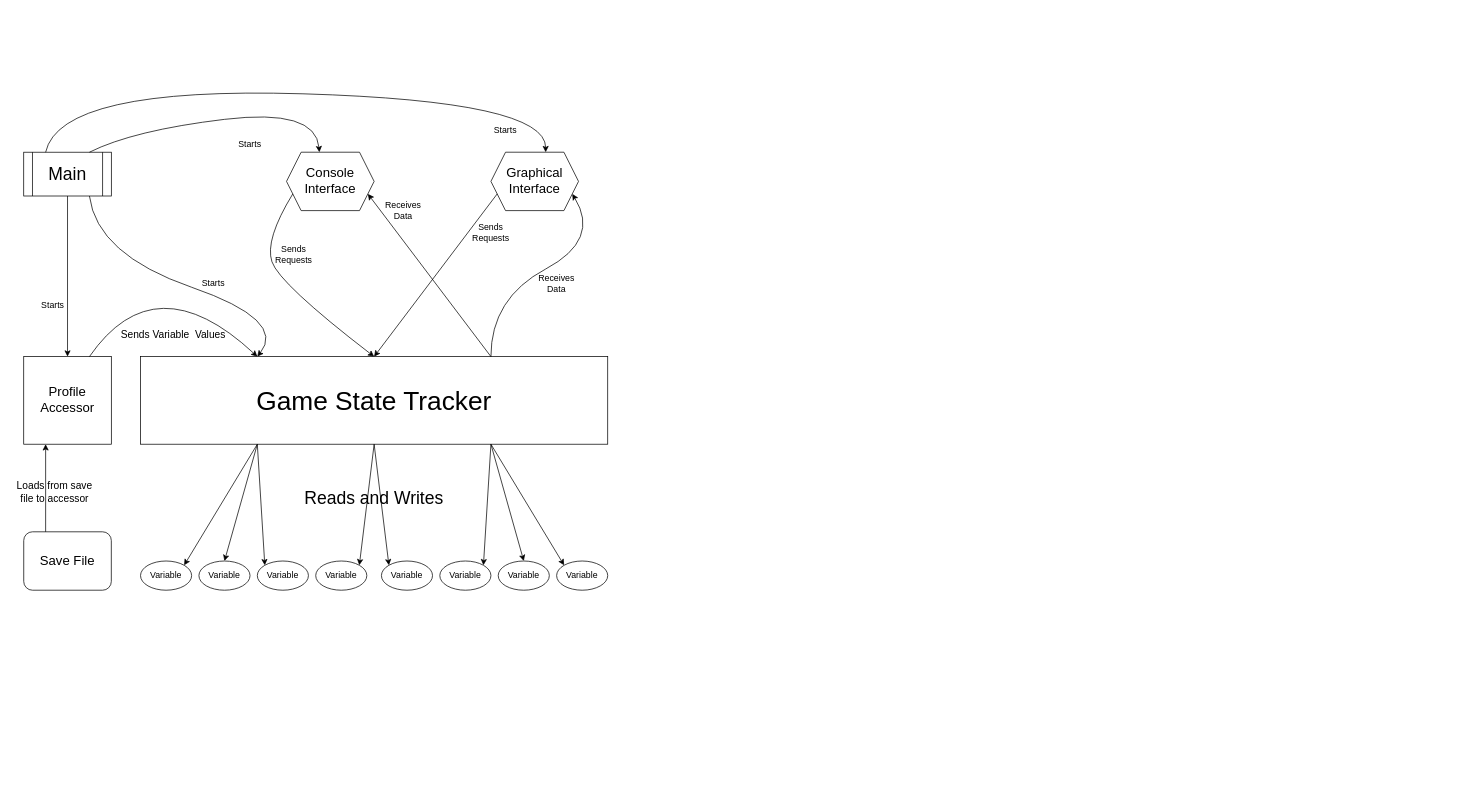
Above: design.drawio in TheCanterlonian/petsim (draw.io), before the change. Source tidied: cells renumbered, new cells numbered last; positions are measured from the earlier drawing's top-left corner, leaving out a move shared by most shapes. Both pictures are drawn from the tidied source at 73%, with x=0, y=0 at pixel (12, 86).
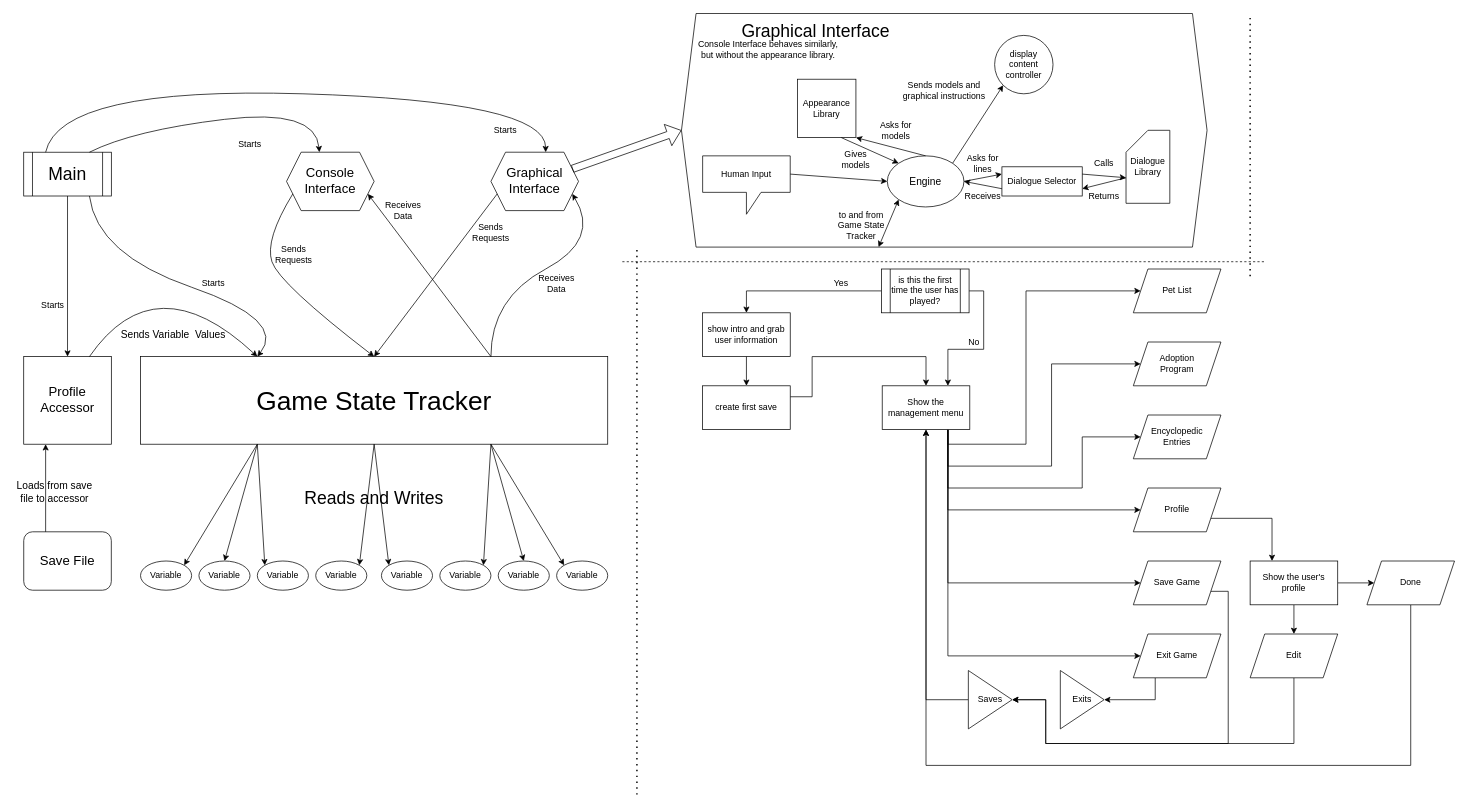
After the change.

Commit message (it also covers changes not shown here):
manager menu work started

The change refers to these unchanged cells:
```xml
<mxCell id="27" value="&lt;font style=&quot;font-size: 18px&quot;&gt;Graphical Interface&lt;/font&gt;" style="shape=hexagon;perimeter=hexagonPerimeter2;whiteSpace=wrap;html=1;fixedSize=1;" parent="1" vertex="1">
  <mxGeometry x="655" y="90" width="120" height="80" as="geometry" />
</mxCell>
```

What changed in the source:
```diff
@@
+    <mxCell id="45" style="shape=hexagon;perimeter=hexagonPerimeter2;whiteSpace=wrap;html=1;fixedSize=1;" parent="1" vertex="1">
+      <mxGeometry x="916" y="-100" width="720" height="320" as="geometry" />
+    </mxCell>
+    <mxCell id="46" value="&lt;font style=&quot;font-size: 14px&quot;&gt;Engine&lt;/font&gt;" style="ellipse;whiteSpace=wrap;html=1;" parent="1" vertex="1">
+      <mxGeometry x="1198" y="95" width="105" height="70" as="geometry" />
+    </mxCell>
+    <mxCell id="47" value="Appearance Library" style="whiteSpace=wrap;html=1;" parent="1" vertex="1">
+      <mxGeometry x="1075" y="-10" width="80" height="80" as="geometry" />
+    </mxCell>
+    <mxCell id="48" value="Dialogue Library" style="shape=card;whiteSpace=wrap;html=1;" parent="1" vertex="1">
+      <mxGeometry x="1525" y="60" width="60" height="100" as="geometry" />
+    </mxCell>
+    <mxCell id="49" value="Dialogue Selector" style="rounded=0;whiteSpace=wrap;html=1;" parent="1" vertex="1">
+      <mxGeometry x="1355" y="110" width="110" height="40" as="geometry" />
+    </mxCell>
+    <mxCell id="50" style="endArrow=classic;html=1;exitX=1;exitY=0.25;exitDx=0;exitDy=0;entryX=0;entryY=0;entryDx=0;entryDy=65;entryPerimeter=0;" parent="1" edge="1" source="49" target="48">
+      <mxGeometry relative="1" as="geometry" />
+    </mxCell>
+    <mxCell id="51" value="Calls" style="text;html=1;strokeColor=none;fillColor=none;align=center;verticalAlign=middle;whiteSpace=wrap;rounded=0;" parent="1" vertex="1">
+      <mxGeometry x="1475" y="95" width="40" height="20" as="geometry" />
+    </mxCell>
+    <mxCell id="52" style="endArrow=classic;html=1;entryX=1;entryY=0.75;entryDx=0;entryDy=0;exitX=0;exitY=0;exitDx=0;exitDy=65;exitPerimeter=0;" parent="1" edge="1" source="48" target="49">
+      <mxGeometry relative="1" as="geometry" />
+    </mxCell>
+    <mxCell id="53" value="Returns" style="text;html=1;strokeColor=none;fillColor=none;align=center;verticalAlign=middle;whiteSpace=wrap;rounded=0;" parent="1" vertex="1">
+      <mxGeometry x="1475" y="140" width="40" height="20" as="geometry" />
+    </mxCell>
+    <mxCell id="54" style="endArrow=classic;html=1;entryX=0;entryY=0.25;entryDx=0;entryDy=0;exitX=1;exitY=0.5;exitDx=0;exitDy=0;" parent="1" edge="1" source="46" target="49">
+      <mxGeometry relative="1" as="geometry" />
+    </mxCell>
+    <mxCell id="55" value="Asks for lines" style="text;html=1;strokeColor=none;fillColor=none;align=center;verticalAlign=middle;whiteSpace=wrap;rounded=0;" parent="1" vertex="1">
+      <mxGeometry x="1303" y="95" width="52" height="20" as="geometry" />
+    </mxCell>
+    <mxCell id="56" style="endArrow=classic;html=1;entryX=1;entryY=0.5;entryDx=0;entryDy=0;exitX=0;exitY=0.75;exitDx=0;exitDy=0;" parent="1" edge="1" source="49" target="46">
+      <mxGeometry relative="1" as="geometry" />
+    </mxCell>
+    <mxCell id="57" value="Receives" style="text;html=1;strokeColor=none;fillColor=none;align=center;verticalAlign=middle;whiteSpace=wrap;rounded=0;" parent="1" vertex="1">
+      <mxGeometry x="1309" y="140" width="40" height="20" as="geometry" />
+    </mxCell>
+    <mxCell id="58" style="endArrow=classic;html=1;entryX=1;entryY=1;entryDx=0;entryDy=0;exitX=0.5;exitY=0;exitDx=0;exitDy=0;" parent="1" edge="1" source="46" target="47">
+      <mxGeometry relative="1" as="geometry" />
+    </mxCell>
+    <mxCell id="59" value="Asks for models" style="text;html=1;strokeColor=none;fillColor=none;align=center;verticalAlign=middle;whiteSpace=wrap;rounded=0;" parent="1" vertex="1">
+      <mxGeometry x="1185" y="50" width="50" height="20" as="geometry" />
+    </mxCell>
+    <mxCell id="60" style="endArrow=classic;html=1;exitX=0.75;exitY=1;exitDx=0;exitDy=0;entryX=0;entryY=0;entryDx=0;entryDy=0;" parent="1" edge="1" source="47" target="46">
+      <mxGeometry relative="1" as="geometry" />
+    </mxCell>
+    <mxCell id="61" value="Gives models" style="text;html=1;strokeColor=none;fillColor=none;align=center;verticalAlign=middle;whiteSpace=wrap;rounded=0;" parent="1" vertex="1">
+      <mxGeometry x="1135" y="90" width="40" height="20" as="geometry" />
+    </mxCell>
+    <mxCell id="62" value="display content controller" style="ellipse;whiteSpace=wrap;html=1;" parent="1" vertex="1">
+      <mxGeometry x="1345" y="-70" width="80" height="80" as="geometry" />
+    </mxCell>
+    <mxCell id="63" style="endArrow=classic;html=1;entryX=0;entryY=1;entryDx=0;entryDy=0;exitX=1;exitY=0;exitDx=0;exitDy=0;" parent="1" edge="1" source="46" target="62">
+      <mxGeometry relative="1" as="geometry" />
+    </mxCell>
+    <mxCell id="64" value="Sends models and graphical instructions" style="text;html=1;strokeColor=none;fillColor=none;align=center;verticalAlign=middle;whiteSpace=wrap;rounded=0;" parent="1" vertex="1">
+      <mxGeometry x="1215" y="-10" width="122" height="30" as="geometry" />
+    </mxCell>
+    <mxCell id="65" style="shape=flexArrow;endArrow=classic;html=1;exitX=1;exitY=0.25;exitDx=0;exitDy=0;entryX=0;entryY=0.5;entryDx=0;entryDy=0;" parent="1" edge="1" source="27" target="45">
+      <mxGeometry relative="1" as="geometry" />
+    </mxCell>
+    <mxCell id="66" style="endArrow=classic;startArrow=classic;html=1;entryX=0;entryY=1;entryDx=0;entryDy=0;exitX=0.375;exitY=1;exitDx=0;exitDy=0;" parent="1" edge="1" source="45" target="46">
+      <mxGeometry relative="1" as="geometry" />
+    </mxCell>
+    <mxCell id="67" value="&lt;font style=&quot;font-size: 24px&quot;&gt;Graphical Interface&lt;/font&gt;" style="text;html=1;strokeColor=none;fillColor=none;align=center;verticalAlign=middle;whiteSpace=wrap;rounded=0;" parent="1" vertex="1">
+      <mxGeometry x="935" y="-100" width="330" height="50" as="geometry" />
+    </mxCell>
+    <mxCell id="68" value="to and from Game State Tracker" style="text;html=1;strokeColor=none;fillColor=none;align=center;verticalAlign=middle;whiteSpace=wrap;rounded=0;" parent="1" vertex="1">
+      <mxGeometry x="1115" y="180" width="95" height="20" as="geometry" />
+    </mxCell>
+    <mxCell id="69" value="Console Interface behaves similarly, but without the appearance library." style="text;html=1;strokeColor=none;fillColor=none;align=center;verticalAlign=middle;whiteSpace=wrap;rounded=0;" parent="1" vertex="1">
+      <mxGeometry x="935" y="-60" width="200" height="20" as="geometry" />
+    </mxCell>
+    <mxCell id="70" value="Human Input" style="shape=callout;whiteSpace=wrap;html=1;perimeter=calloutPerimeter;" parent="1" vertex="1">
+      <mxGeometry x="945" y="95" width="120" height="80" as="geometry" />
+    </mxCell>
+    <mxCell id="71" style="endArrow=classic;html=1;exitX=0;exitY=0;exitDx=120;exitDy=25;exitPerimeter=0;entryX=0;entryY=0.5;entryDx=0;entryDy=0;" parent="1" edge="1" source="70" target="46">
+      <mxGeometry relative="1" as="geometry" />
+    </mxCell>
+    <mxCell id="72" style="edgeStyle=orthogonalEdgeStyle;rounded=0;jettySize=auto;html=1;exitX=0;exitY=0.5;exitDx=0;exitDy=0;entryX=0.5;entryY=0;entryDx=0;entryDy=0;" parent="1" edge="1" source="74" target="75">
+      <mxGeometry relative="1" as="geometry" />
+    </mxCell>
+    <mxCell id="73" style="edgeStyle=orthogonalEdgeStyle;rounded=0;jettySize=auto;html=1;exitX=1;exitY=0.5;exitDx=0;exitDy=0;entryX=0.75;entryY=0;entryDx=0;entryDy=0;" parent="1" edge="1" source="74" target="86">
+      <mxGeometry relative="1" as="geometry" />
+    </mxCell>
+    <mxCell id="74" value="is this the first time the user has played?" style="shape=process;whiteSpace=wrap;html=1;backgroundOutline=1;" parent="1" vertex="1">
+      <mxGeometry x="1190" y="250" width="120" height="60" as="geometry" />
+    </mxCell>
+    <mxCell id="75" value="show intro and grab user information" style="rounded=0;whiteSpace=wrap;html=1;" parent="1" vertex="1">
+      <mxGeometry x="945" y="310" width="120" height="60" as="geometry" />
+    </mxCell>
+    <mxCell id="76" value="Yes" style="text;html=1;strokeColor=none;fillColor=none;align=center;verticalAlign=middle;whiteSpace=wrap;rounded=0;" parent="1" vertex="1">
+      <mxGeometry x="1115" y="260" width="40" height="20" as="geometry" />
+    </mxCell>
+    <mxCell id="77" style="edgeStyle=orthogonalEdgeStyle;rounded=0;jettySize=auto;html=1;exitX=1;exitY=0.25;exitDx=0;exitDy=0;entryX=0.5;entryY=0;entryDx=0;entryDy=0;" parent="1" edge="1" source="78" target="86">
+      <mxGeometry relative="1" as="geometry">
+        <Array as="points">
+          <mxPoint x="1095" y="425" />
+          <mxPoint x="1095" y="370" />
+          <mxPoint x="1251" y="370" />
+        </Array>
+      </mxGeometry>
+    </mxCell>
+    <mxCell id="78" value="create first save" style="rounded=0;whiteSpace=wrap;html=1;" parent="1" vertex="1">
+      <mxGeometry x="945" y="410" width="120" height="60" as="geometry" />
+    </mxCell>
+    <mxCell id="79" style="endArrow=classic;html=1;entryX=0.5;entryY=0;entryDx=0;entryDy=0;exitX=0.5;exitY=1;exitDx=0;exitDy=0;" parent="1" edge="1" source="75" target="78">
+      <mxGeometry relative="1" as="geometry" />
+    </mxCell>
+    <mxCell id="80" style="edgeStyle=orthogonalEdgeStyle;rounded=0;jettySize=auto;html=1;exitX=0.75;exitY=1;exitDx=0;exitDy=0;entryX=0;entryY=0.5;entryDx=0;entryDy=0;" parent="1" edge="1" source="86" target="91">
+      <mxGeometry relative="1" as="geometry">
+        <Array as="points">
+          <mxPoint x="1281" y="520" />
+          <mxPoint x="1423" y="520" />
+          <mxPoint x="1423" y="380" />
+        </Array>
+      </mxGeometry>
+    </mxCell>
+    <mxCell id="81" style="edgeStyle=orthogonalEdgeStyle;rounded=0;jettySize=auto;html=1;exitX=0.75;exitY=1;exitDx=0;exitDy=0;entryX=0;entryY=0.5;entryDx=0;entryDy=0;" parent="1" edge="1" source="86" target="90">
+      <mxGeometry relative="1" as="geometry">
+        <Array as="points">
+          <mxPoint x="1281" y="490" />
+          <mxPoint x="1388" y="490" />
+          <mxPoint x="1388" y="280" />
+        </Array>
+      </mxGeometry>
+    </mxCell>
+    <mxCell id="82" style="edgeStyle=orthogonalEdgeStyle;rounded=0;jettySize=auto;html=1;exitX=0.75;exitY=1;exitDx=0;exitDy=0;entryX=0;entryY=0.5;entryDx=0;entryDy=0;" parent="1" edge="1" source="86" target="92">
+      <mxGeometry relative="1" as="geometry">
+        <Array as="points">
+          <mxPoint x="1281" y="550" />
+          <mxPoint x="1465" y="550" />
+          <mxPoint x="1465" y="480" />
+        </Array>
+      </mxGeometry>
+    </mxCell>
+    <mxCell id="83" style="edgeStyle=orthogonalEdgeStyle;rounded=0;jettySize=auto;html=1;exitX=0.75;exitY=1;exitDx=0;exitDy=0;entryX=0;entryY=0.5;entryDx=0;entryDy=0;" parent="1" edge="1" source="86" target="94">
+      <mxGeometry relative="1" as="geometry">
+        <Array as="points">
+          <mxPoint x="1281" y="580" />
+        </Array>
+      </mxGeometry>
+    </mxCell>
+    <mxCell id="84" style="edgeStyle=orthogonalEdgeStyle;rounded=0;jettySize=auto;html=1;exitX=0.75;exitY=1;exitDx=0;exitDy=0;entryX=0;entryY=0.5;entryDx=0;entryDy=0;" parent="1" edge="1" source="86" target="96">
+      <mxGeometry relative="1" as="geometry">
+        <Array as="points">
+          <mxPoint x="1281" y="680" />
+        </Array>
+      </mxGeometry>
+    </mxCell>
+    <mxCell id="85" style="edgeStyle=orthogonalEdgeStyle;rounded=0;jettySize=auto;html=1;exitX=0.75;exitY=1;exitDx=0;exitDy=0;entryX=0;entryY=0.5;entryDx=0;entryDy=0;" parent="1" edge="1" source="86" target="98">
+      <mxGeometry relative="1" as="geometry">
+        <Array as="points">
+          <mxPoint x="1281" y="780" />
+        </Array>
+      </mxGeometry>
+    </mxCell>
+    <mxCell id="86" value="Show the management menu" style="rounded=0;whiteSpace=wrap;html=1;" parent="1" vertex="1">
+      <mxGeometry x="1191" y="410" width="120" height="60" as="geometry" />
+    </mxCell>
+    <mxCell id="87" value="No" style="text;html=1;strokeColor=none;fillColor=none;align=center;verticalAlign=middle;whiteSpace=wrap;rounded=0;" parent="1" vertex="1">
+      <mxGeometry x="1297" y="340" width="40" height="20" as="geometry" />
+    </mxCell>
+    <mxCell id="88" style="endArrow=none;dashed=1;html=1;" parent="1" edge="1">
+      <mxGeometry relative="1" as="geometry">
+        <mxPoint x="835" y="240" as="sourcePoint" />
+        <mxPoint x="1715" y="240" as="targetPoint" />
+      </mxGeometry>
+    </mxCell>
+    <mxCell id="89" style="endArrow=none;dashed=1;html=1;dashPattern=1 3;strokeWidth=2;" parent="1" edge="1">
+      <mxGeometry relative="1" as="geometry">
+        <mxPoint x="855" y="970" as="sourcePoint" />
+        <mxPoint x="855" y="220" as="targetPoint" />
+      </mxGeometry>
+    </mxCell>
+    <mxCell id="90" value="Pet List" style="shape=parallelogram;perimeter=parallelogramPerimeter;whiteSpace=wrap;html=1;fixedSize=1;" parent="1" vertex="1">
+      <mxGeometry x="1535" y="250" width="120" height="60" as="geometry" />
+    </mxCell>
+    <mxCell id="91" value="Adoption&lt;br&gt;Program" style="shape=parallelogram;perimeter=parallelogramPerimeter;whiteSpace=wrap;html=1;fixedSize=1;" parent="1" vertex="1">
+      <mxGeometry x="1535" y="350" width="120" height="60" as="geometry" />
+    </mxCell>
+    <mxCell id="92" value="Encyclopedic&lt;br&gt;Entries" style="shape=parallelogram;perimeter=parallelogramPerimeter;whiteSpace=wrap;html=1;fixedSize=1;" parent="1" vertex="1">
+      <mxGeometry x="1535" y="450" width="120" height="60" as="geometry" />
+    </mxCell>
+    <mxCell id="93" style="edgeStyle=orthogonalEdgeStyle;rounded=0;jettySize=auto;html=1;exitX=1;exitY=0.75;exitDx=0;exitDy=0;entryX=0.25;entryY=0;entryDx=0;entryDy=0;" parent="1" edge="1" source="94" target="106">
+      <mxGeometry relative="1" as="geometry" />
+    </mxCell>
+    <mxCell id="94" value="Profile" style="shape=parallelogram;perimeter=parallelogramPerimeter;whiteSpace=wrap;html=1;fixedSize=1;" parent="1" vertex="1">
+      <mxGeometry x="1535" y="550" width="120" height="60" as="geometry" />
+    </mxCell>
+    <mxCell id="95" style="edgeStyle=orthogonalEdgeStyle;rounded=0;jettySize=auto;html=1;exitX=1;exitY=0.75;exitDx=0;exitDy=0;entryX=1;entryY=0.5;entryDx=0;entryDy=0;" parent="1" edge="1" source="96" target="102">
+      <mxGeometry relative="1" as="geometry">
+        <Array as="points">
+          <mxPoint x="1665" y="692" />
+          <mxPoint x="1665" y="900" />
+          <mxPoint x="1415" y="900" />
+          <mxPoint x="1415" y="840" />
+        </Array>
+      </mxGeometry>
+    </mxCell>
+    <mxCell id="96" value="Save Game" style="shape=parallelogram;perimeter=parallelogramPerimeter;whiteSpace=wrap;html=1;fixedSize=1;" parent="1" vertex="1">
+      <mxGeometry x="1535" y="650" width="120" height="60" as="geometry" />
+    </mxCell>
+    <mxCell id="97" style="edgeStyle=orthogonalEdgeStyle;rounded=0;jettySize=auto;html=1;exitX=0.25;exitY=1;exitDx=0;exitDy=0;entryX=1;entryY=0.5;entryDx=0;entryDy=0;" parent="1" edge="1" source="98" target="100">
+      <mxGeometry relative="1" as="geometry" />
+    </mxCell>
+    <mxCell id="98" value="Exit Game" style="shape=parallelogram;perimeter=parallelogramPerimeter;whiteSpace=wrap;html=1;fixedSize=1;" parent="1" vertex="1">
+      <mxGeometry x="1535" y="750" width="120" height="60" as="geometry" />
+    </mxCell>
+    <mxCell id="99" style="endArrow=none;dashed=1;html=1;dashPattern=1 3;strokeWidth=2;" parent="1" edge="1">
+      <mxGeometry relative="1" as="geometry">
+        <mxPoint x="1695" y="260" as="sourcePoint" />
+        <mxPoint x="1695" y="-100" as="targetPoint" />
+      </mxGeometry>
+    </mxCell>
+    <mxCell id="100" value="Exits" style="triangle;whiteSpace=wrap;html=1;" parent="1" vertex="1">
+      <mxGeometry x="1435" y="800" width="60" height="80" as="geometry" />
+    </mxCell>
+    <mxCell id="101" style="edgeStyle=orthogonalEdgeStyle;rounded=0;jettySize=auto;html=1;exitX=0;exitY=0.5;exitDx=0;exitDy=0;entryX=0.5;entryY=1;entryDx=0;entryDy=0;" parent="1" edge="1" source="102" target="86">
+      <mxGeometry relative="1" as="geometry">
+        <Array as="points">
+          <mxPoint x="1251" y="840" />
+        </Array>
+      </mxGeometry>
+    </mxCell>
+    <mxCell id="102" value="Saves" style="triangle;whiteSpace=wrap;html=1;" parent="1" vertex="1">
+      <mxGeometry x="1309" y="800" width="60" height="80" as="geometry" />
+    </mxCell>
+    <mxCell id="103" style="edgeStyle=orthogonalEdgeStyle;rounded=0;jettySize=auto;html=1;exitX=0.5;exitY=1;exitDx=0;exitDy=0;entryX=0.5;entryY=0;entryDx=0;entryDy=0;" parent="1" edge="1" source="106" target="108">
+      <mxGeometry relative="1" as="geometry" />
+    </mxCell>
+    <mxCell id="104" style="edgeStyle=orthogonalEdgeStyle;rounded=0;jettySize=auto;html=1;entryX=0.5;entryY=1;entryDx=0;entryDy=0;exitX=0.5;exitY=1;exitDx=0;exitDy=0;" parent="1" edge="1" source="109" target="86">
+      <mxGeometry relative="1" as="geometry">
+        <Array as="points">
+          <mxPoint x="1915" y="930" />
+          <mxPoint x="1251" y="930" />
+        </Array>
+      </mxGeometry>
+    </mxCell>
+    <mxCell id="105" style="edgeStyle=orthogonalEdgeStyle;rounded=0;jettySize=auto;html=1;exitX=1;exitY=0.5;exitDx=0;exitDy=0;entryX=0;entryY=0.5;entryDx=0;entryDy=0;" parent="1" edge="1" source="106" target="109">
+      <mxGeometry relative="1" as="geometry" />
+    </mxCell>
+    <mxCell id="106" value="Show the user's profile" style="rounded=0;whiteSpace=wrap;html=1;" parent="1" vertex="1">
+      <mxGeometry x="1695" y="650" width="120" height="60" as="geometry" />
+    </mxCell>
+    <mxCell id="107" style="edgeStyle=orthogonalEdgeStyle;rounded=0;jettySize=auto;html=1;exitX=0.5;exitY=1;exitDx=0;exitDy=0;entryX=1;entryY=0.5;entryDx=0;entryDy=0;" parent="1" edge="1" source="108" target="102">
+      <mxGeometry relative="1" as="geometry">
+        <Array as="points">
+          <mxPoint x="1755" y="900" />
+          <mxPoint x="1415" y="900" />
+          <mxPoint x="1415" y="840" />
+        </Array>
+      </mxGeometry>
+    </mxCell>
+    <mxCell id="108" value="Edit" style="shape=parallelogram;perimeter=parallelogramPerimeter;whiteSpace=wrap;html=1;fixedSize=1;" parent="1" vertex="1">
+      <mxGeometry x="1695" y="750" width="120" height="60" as="geometry" />
+    </mxCell>
+    <mxCell id="109" value="Done" style="shape=parallelogram;perimeter=parallelogramPerimeter;whiteSpace=wrap;html=1;fixedSize=1;" parent="1" vertex="1">
+      <mxGeometry x="1855" y="650" width="120" height="60" as="geometry" />
+    </mxCell>
```
